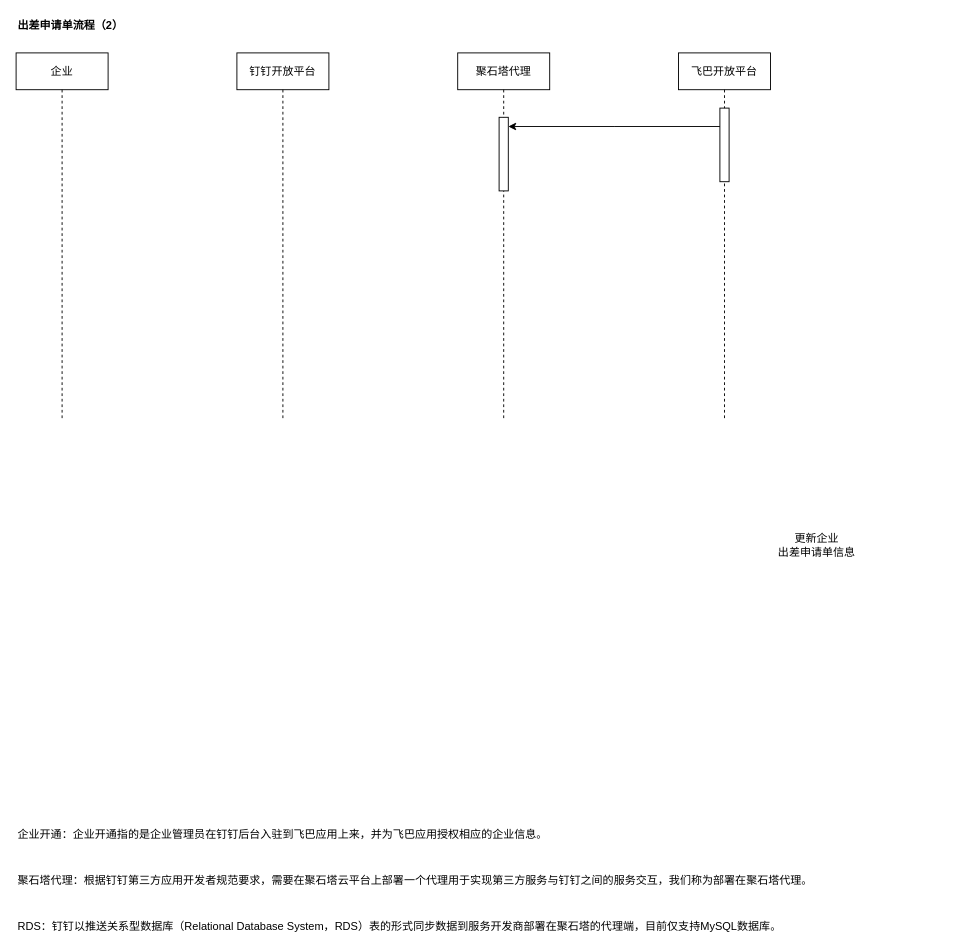
Before: page "dingtalk_openapi_trip_001" (5 of 5) of src/work/flyby/present/dingtalk.drawio in ab-doc/draw.io, a draw.io diagram. Source tidied: cells renumbered, new cells numbered last; positions are measured from the earlier drawing's top-left corner, leaving out a move shared by most shapes. Both pictures are drawn from the tidied source at 92%, with x=0, y=0 at pixel (16, 16).
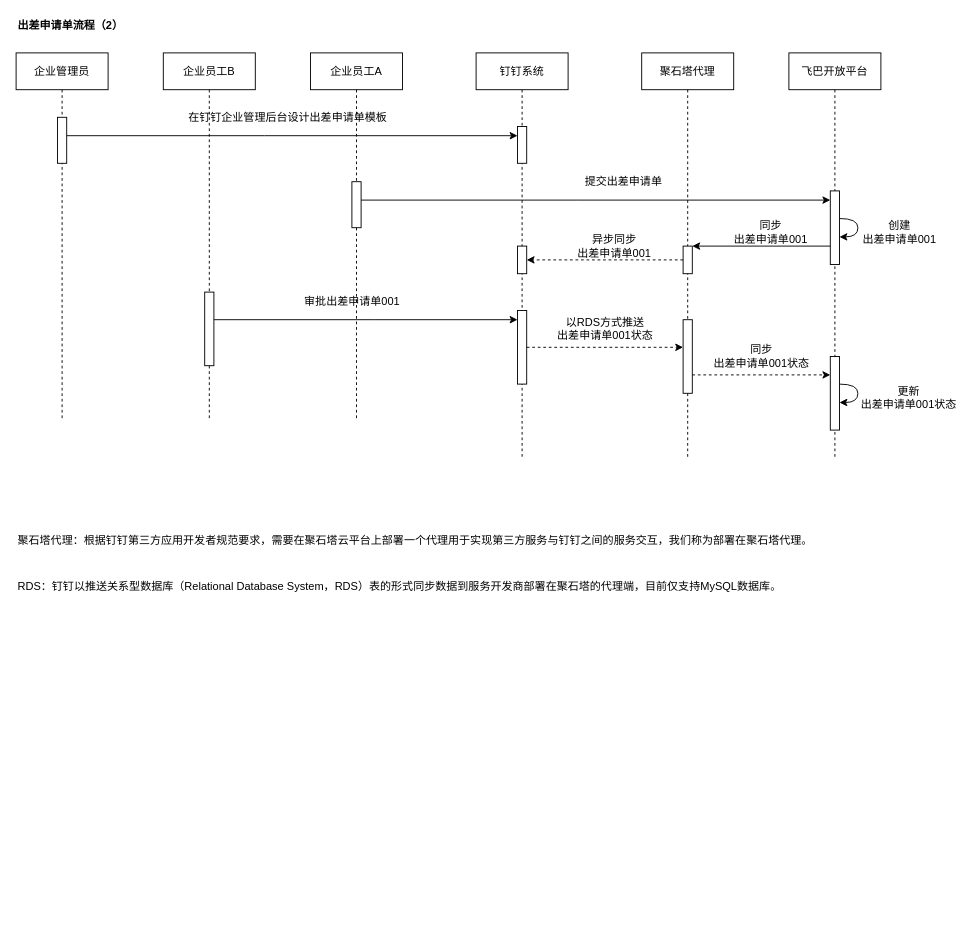
After the change.

The edit, as a diff of the source:
```diff
@@
-    <mxCell id="0" />
-    <mxCell id="1" parent="0" />
+    <mxCell id="14" />
+    <mxCell id="15" parent="14" />
-    <mxCell id="2" value="&lt;b&gt;出差申请单流程（2）&lt;/b&gt;" style="text;html=1;strokeColor=none;fillColor=none;align=left;verticalAlign=middle;whiteSpace=wrap;rounded=0;" parent="1" vertex="1">
+    <mxCell id="2" value="&lt;b&gt;出差申请单流程（2）&lt;/b&gt;" style="text;html=1;strokeColor=none;fillColor=none;align=left;verticalAlign=middle;whiteSpace=wrap;rounded=0;" parent="15" vertex="1">
       <mxGeometry width="120" height="20" as="geometry" />
     </mxCell>
-    <mxCell id="3" value="企业" style="shape=umlLifeline;perimeter=lifelinePerimeter;whiteSpace=wrap;html=1;" parent="1" vertex="1">
-      <mxGeometry y="40" width="100" height="400" as="geometry" />
-    </mxCell>
-    <mxCell id="4" value="钉钉开放平台" style="shape=umlLifeline;perimeter=lifelinePerimeter;whiteSpace=wrap;html=1;" parent="1" vertex="1">
-      <mxGeometry x="240" y="40" width="100" height="400" as="geometry" />
-    </mxCell>
+    <mxCell id="16" value="企业员工A" style="shape=umlLifeline;perimeter=lifelinePerimeter;whiteSpace=wrap;html=1;" parent="15" vertex="1">
+      <mxGeometry x="320" y="40" width="100" height="400" as="geometry" />
+    </mxCell>
+    <mxCell id="17" style="html=1;points=[];perimeter=orthogonalPerimeter;" parent="16" vertex="1">
+      <mxGeometry x="45" y="140" width="10" height="50" as="geometry" />
+    </mxCell>
+    <mxCell id="18" value="审批出差申请单001" style="text;html=1;align=center;verticalAlign=middle;" parent="16" vertex="1">
+      <mxGeometry x="-15" y="260" width="120" height="20" as="geometry" />
+    </mxCell>
+    <mxCell id="19" value="钉钉系统" style="shape=umlLifeline;perimeter=lifelinePerimeter;whiteSpace=wrap;html=1;" parent="15" vertex="1">
+      <mxGeometry x="500" y="40" width="100" height="440" as="geometry" />
+    </mxCell>
+    <mxCell id="20" style="html=1;points=[];perimeter=orthogonalPerimeter;" parent="19" vertex="1">
+      <mxGeometry x="45" y="80" width="10" height="40" as="geometry" />
+    </mxCell>
+    <mxCell id="21" style="html=1;points=[];perimeter=orthogonalPerimeter;" parent="19" vertex="1">
+      <mxGeometry x="45" y="210" width="10" height="30" as="geometry" />
+    </mxCell>
+    <mxCell id="22" style="html=1;points=[];perimeter=orthogonalPerimeter;" parent="19" vertex="1">
+      <mxGeometry x="45" y="280" width="10" height="80" as="geometry" />
+    </mxCell>
-    <mxCell id="5" value="聚石塔代理" style="shape=umlLifeline;perimeter=lifelinePerimeter;whiteSpace=wrap;html=1;" parent="1" vertex="1">
-      <mxGeometry x="480" y="40" width="100" height="400" as="geometry" />
+    <mxCell id="5" value="聚石塔代理" style="shape=umlLifeline;perimeter=lifelinePerimeter;whiteSpace=wrap;html=1;" parent="15" vertex="1">
+      <mxGeometry x="680" y="40" width="100" height="440" as="geometry" />
     </mxCell>
-    <mxCell id="6" style="html=1;points=[];perimeter=orthogonalPerimeter;" parent="5" vertex="1">
-      <mxGeometry x="45" y="70" width="10" height="80" as="geometry" />
-    </mxCell>
+    <mxCell id="23" style="html=1;points=[];perimeter=orthogonalPerimeter;" parent="5" vertex="1">
+      <mxGeometry x="45" y="210" width="10" height="30" as="geometry" />
+    </mxCell>
+    <mxCell id="24" style="html=1;points=[];perimeter=orthogonalPerimeter;" parent="5" vertex="1">
+      <mxGeometry x="45" y="290" width="10" height="80" as="geometry" />
+    </mxCell>
+    <mxCell id="25" value="在钉钉企业管理后台设计出差申请单模板" style="text;html=1;align=center;verticalAlign=middle;" parent="15" vertex="1">
+      <mxGeometry x="180" y="100" width="230" height="20" as="geometry" />
+    </mxCell>
-    <mxCell id="7" value="飞巴开放平台" style="shape=umlLifeline;perimeter=lifelinePerimeter;whiteSpace=wrap;html=1;" parent="1" vertex="1">
-      <mxGeometry x="720" y="40" width="100" height="400" as="geometry" />
+    <mxCell id="7" value="飞巴开放平台" style="shape=umlLifeline;perimeter=lifelinePerimeter;whiteSpace=wrap;html=1;" parent="15" vertex="1">
+      <mxGeometry x="840" y="40" width="100" height="440" as="geometry" />
     </mxCell>
-    <mxCell id="8" style="html=1;points=[];perimeter=orthogonalPerimeter;" parent="7" vertex="1">
-      <mxGeometry x="45" y="60" width="10" height="80" as="geometry" />
-    </mxCell>
-    <mxCell id="9" value="更新企业&lt;br&gt;出差申请单信息" style="text;html=1;align=center;verticalAlign=middle;" parent="1" vertex="1">
-      <mxGeometry x="820" y="560" width="100" height="30" as="geometry" />
-    </mxCell>
-    <mxCell id="10" value="企业开通：企业开通指的是企业管理员在钉钉后台入驻到飞巴应用上来，并为飞巴应用授权相应的企业信息。" style="text;html=1;align=left;verticalAlign=middle;" parent="1" vertex="1">
-      <mxGeometry y="880" width="590" height="20" as="geometry" />
-    </mxCell>
+    <mxCell id="26" style="edgeStyle=orthogonalEdgeStyle;rounded=0;orthogonalLoop=1;jettySize=auto;html=1;curved=1;" parent="7" edge="1" source="27" target="27">
+      <mxGeometry relative="1" as="geometry" />
+    </mxCell>
+    <mxCell id="27" style="html=1;points=[];perimeter=orthogonalPerimeter;" parent="7" vertex="1">
+      <mxGeometry x="45" y="150" width="10" height="80" as="geometry" />
+    </mxCell>
+    <mxCell id="28" style="html=1;points=[];perimeter=orthogonalPerimeter;" parent="7" vertex="1">
+      <mxGeometry x="45" y="330" width="10" height="80" as="geometry" />
+    </mxCell>
+    <mxCell id="29" style="rounded=0;orthogonalLoop=1;jettySize=auto;html=1;edgeStyle=orthogonalEdgeStyle;curved=1;" parent="7" edge="1" source="28" target="28">
+      <mxGeometry relative="1" as="geometry" />
+    </mxCell>
+    <mxCell id="30" value="提交出差申请单" style="text;html=1;align=center;verticalAlign=middle;" parent="15" vertex="1">
+      <mxGeometry x="610" y="170" width="100" height="20" as="geometry" />
+    </mxCell>
+    <mxCell id="31" style="edgeStyle=none;rounded=0;jettySize=auto;html=1;" parent="15" edge="1" source="17" target="27">
+      <mxGeometry relative="1" as="geometry">
+        <Array as="points">
+          <mxPoint x="610" y="200" />
+        </Array>
+      </mxGeometry>
+    </mxCell>
+    <mxCell id="32" value="企业管理员" style="shape=umlLifeline;perimeter=lifelinePerimeter;whiteSpace=wrap;html=1;" parent="15" vertex="1">
+      <mxGeometry y="40" width="100" height="400" as="geometry" />
+    </mxCell>
+    <mxCell id="33" style="html=1;points=[];perimeter=orthogonalPerimeter;" parent="32" vertex="1">
+      <mxGeometry x="45" y="70" width="10" height="50" as="geometry" />
+    </mxCell>
+    <mxCell id="34" style="rounded=0;jettySize=auto;html=1;" parent="15" edge="1" source="33" target="20">
+      <mxGeometry relative="1" as="geometry">
+        <Array as="points">
+          <mxPoint x="270" y="130" />
+        </Array>
+      </mxGeometry>
+    </mxCell>
+    <mxCell id="35" style="edgeStyle=none;rounded=0;jettySize=auto;html=1;" parent="15" edge="1" source="27" target="23">
+      <mxGeometry relative="1" as="geometry" />
+    </mxCell>
+    <mxCell id="36" style="edgeStyle=none;rounded=0;jettySize=auto;html=1;dashed=1;" parent="15" edge="1" source="23" target="21">
+      <mxGeometry relative="1" as="geometry" />
+    </mxCell>
+    <mxCell id="37" value="创建&lt;br&gt;出差申请单001" style="text;html=1;align=center;verticalAlign=middle;" parent="15" vertex="1">
+      <mxGeometry x="910" y="220" width="100" height="30" as="geometry" />
+    </mxCell>
+    <mxCell id="38" value="同步&lt;br&gt;出差申请单001" style="text;html=1;align=center;verticalAlign=middle;" parent="15" vertex="1">
+      <mxGeometry x="770" y="220" width="100" height="30" as="geometry" />
+    </mxCell>
+    <mxCell id="39" value="异步同步&lt;br&gt;出差申请单001" style="text;html=1;align=center;verticalAlign=middle;" parent="15" vertex="1">
+      <mxGeometry x="600" y="235" width="100" height="30" as="geometry" />
+    </mxCell>
+    <mxCell id="40" value="企业员工B" style="shape=umlLifeline;perimeter=lifelinePerimeter;whiteSpace=wrap;html=1;" parent="15" vertex="1">
+      <mxGeometry x="160" y="40" width="100" height="400" as="geometry" />
+    </mxCell>
+    <mxCell id="41" style="html=1;points=[];perimeter=orthogonalPerimeter;" parent="40" vertex="1">
+      <mxGeometry x="45" y="260" width="10" height="80" as="geometry" />
+    </mxCell>
+    <mxCell id="42" style="edgeStyle=none;rounded=0;jettySize=auto;html=1;" parent="15" edge="1" source="41" target="22">
+      <mxGeometry relative="1" as="geometry">
+        <Array as="points">
+          <mxPoint x="390" y="330" />
+        </Array>
+      </mxGeometry>
+    </mxCell>
+    <mxCell id="43" style="edgeStyle=none;rounded=0;jettySize=auto;html=1;dashed=1;" parent="15" edge="1" source="22" target="24">
+      <mxGeometry relative="1" as="geometry" />
+    </mxCell>
+    <mxCell id="44" value="以RDS方式推送&lt;br&gt;出差申请单001状态" style="text;html=1;align=center;verticalAlign=middle;" parent="15" vertex="1">
+      <mxGeometry x="580" y="325" width="120" height="30" as="geometry" />
+    </mxCell>
+    <mxCell id="45" style="edgeStyle=none;rounded=0;jettySize=auto;html=1;dashed=1;" parent="15" edge="1" source="24" target="28">
+      <mxGeometry relative="1" as="geometry">
+        <Array as="points">
+          <mxPoint x="820" y="390" />
+        </Array>
+      </mxGeometry>
+    </mxCell>
+    <mxCell id="46" value="同步&lt;br&gt;出差申请单001状态" style="text;html=1;align=center;verticalAlign=middle;" parent="15" vertex="1">
+      <mxGeometry x="750" y="355" width="120" height="30" as="geometry" />
+    </mxCell>
+    <mxCell id="47" value="更新&lt;br&gt;出差申请单001状态" style="text;html=1;align=center;verticalAlign=middle;" parent="15" vertex="1">
+      <mxGeometry x="910" y="400" width="120" height="30" as="geometry" />
+    </mxCell>
-    <mxCell id="11" value="聚石塔代理：根据钉钉第三方应用开发者规范要求，需要在聚石塔云平台上部署一个代理用于实现第三方服务与钉钉之间的服务交互，我们称为部署在聚石塔代理。" style="text;html=1;align=left;verticalAlign=middle;" parent="1" vertex="1">
-      <mxGeometry y="930" width="880" height="20" as="geometry" />
+    <mxCell id="11" value="聚石塔代理：根据钉钉第三方应用开发者规范要求，需要在聚石塔云平台上部署一个代理用于实现第三方服务与钉钉之间的服务交互，我们称为部署在聚石塔代理。" style="text;html=1;align=left;verticalAlign=middle;" parent="15" vertex="1">
+      <mxGeometry y="560" width="880" height="20" as="geometry" />
     </mxCell>
-    <mxCell id="12" value="RDS：钉钉以推送关系型数据库（Relational Database System，RDS）表的形式同步数据到服务开发商部署在聚石塔的代理端，目前仅支持MySQL数据库。" style="text;html=1;align=left;verticalAlign=middle;" parent="1" vertex="1">
-      <mxGeometry y="980" width="850" height="20" as="geometry" />
+    <mxCell id="12" value="RDS：钉钉以推送关系型数据库（Relational Database System，RDS）表的形式同步数据到服务开发商部署在聚石塔的代理端，目前仅支持MySQL数据库。" style="text;html=1;align=left;verticalAlign=middle;" parent="15" vertex="1">
+      <mxGeometry y="610" width="850" height="20" as="geometry" />
     </mxCell>
-    <mxCell id="13" style="rounded=0;jettySize=auto;html=1;" parent="1" edge="1" source="8" target="6">
-      <mxGeometry relative="1" as="geometry">
-        <Array as="points">
-          <mxPoint x="650" y="120" />
-        </Array>
-      </mxGeometry>
-    </mxCell>
```
